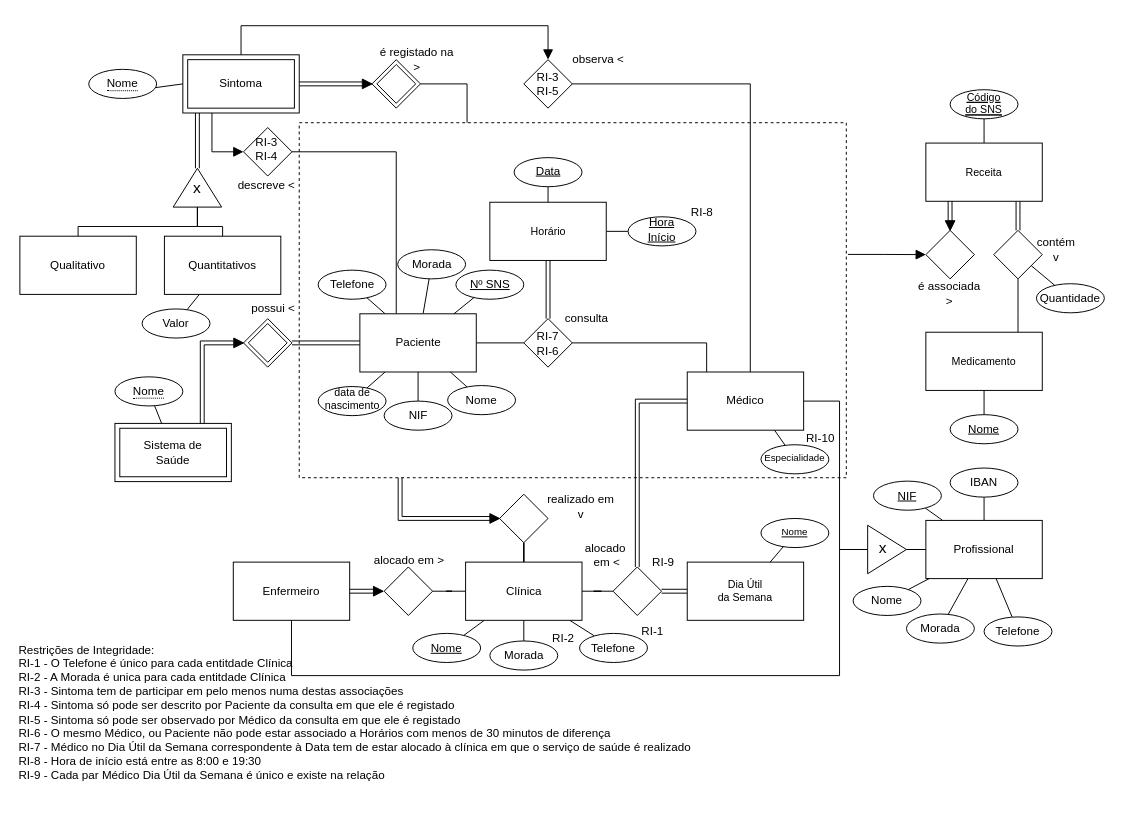
The draw.io diagram page "Page-1" (1 of 2) of p01/EA-Diagram.drawio in SrGesus/bd-projects-23, before the edit. Source tidied: cells renumbered, new cells numbered last; positions are measured from the earlier drawing's top-left corner, leaving out a move shared by most shapes. Both pictures are drawn from the tidied source at 97%, with x=0, y=0 at pixel (16, 25).
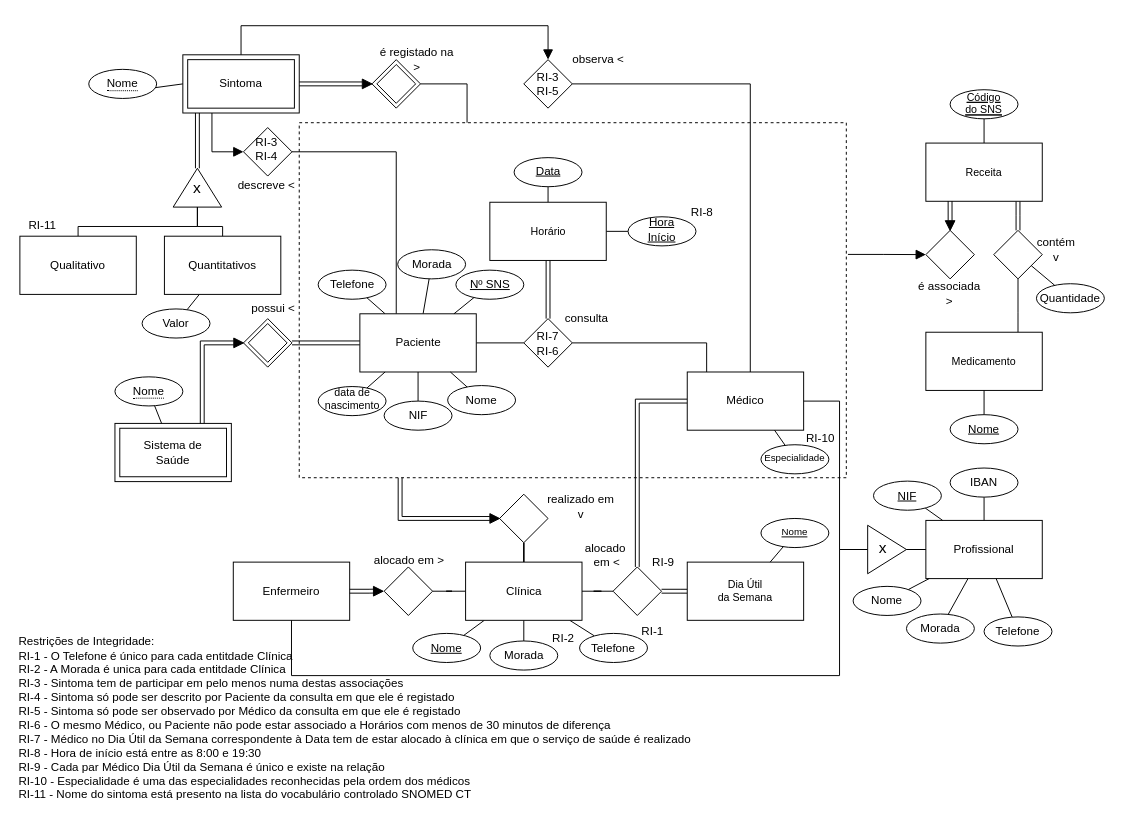
The same page after the edit.

The edit, as a diff of the source:
```diff
@@
-    <mxCell id="5" value="&lt;div align=&quot;left&quot;&gt;Restrições de Integridade:&lt;/div&gt;&lt;div align=&quot;left&quot;&gt;RI-1 - O Telefone é único para cada entitdade Clínica&lt;br&gt;RI-2 - A Morada é unica para cada entitdade Clínica&lt;br&gt;&lt;/div&gt;&lt;div align=&quot;left&quot;&gt;RI-3 - Sintoma tem de participar em pelo menos numa destas associações&lt;br&gt;&lt;/div&gt;&lt;div&gt;RI-4 - Sintoma só pode ser descrito por Paciente da consulta em que ele é registado&lt;/div&gt;&lt;div&gt;RI-5 - Sintoma só pode ser observado por Médico da consulta em que ele é registado&lt;/div&gt;&lt;div&gt;&lt;div&gt;RI-6 - O mesmo Médico, ou Paciente não pode estar associado a Horários com menos de 30 minutos de diferença&lt;br&gt;&lt;/div&gt;&lt;/div&gt;&lt;div&gt;RI-7 - Médico no Dia Útil da Semana correspondente à Data tem de estar alocado à clínica em que o serviço de saúde é realizado&lt;br&gt;RI-8 - Hora de início está entre as 8:00 e 19:30&lt;/div&gt;&lt;div&gt;RI-9 - Cada par Médico Dia Útil da Semana é único e existe na relação&lt;br&gt;&lt;/div&gt;" style="text;html=1;align=left;verticalAlign=middle;strokeColor=none;fillColor=none;" parent="1" vertex="1">
-      <mxGeometry y="630" width="691" height="156" as="geometry" />
+    <mxCell id="5" value="&lt;div align=&quot;left&quot;&gt;Restrições de Integridade:&lt;/div&gt;&lt;div align=&quot;left&quot;&gt;RI-1 - O Telefone é único para cada entitdade Clínica&lt;br&gt;RI-2 - A Morada é unica para cada entitdade Clínica&lt;br&gt;&lt;/div&gt;&lt;div align=&quot;left&quot;&gt;RI-3 - Sintoma tem de participar em pelo menos numa destas associações&lt;br&gt;&lt;/div&gt;&lt;div&gt;RI-4 - Sintoma só pode ser descrito por Paciente da consulta em que ele é registado&lt;/div&gt;&lt;div&gt;RI-5 - Sintoma só pode ser observado por Médico da consulta em que ele é registado&lt;/div&gt;&lt;div&gt;&lt;div&gt;RI-6 - O mesmo Médico, ou Paciente não pode estar associado a Horários com menos de 30 minutos de diferença&lt;br&gt;&lt;/div&gt;&lt;/div&gt;&lt;div&gt;RI-7 - Médico no Dia Útil da Semana correspondente à Data tem de estar alocado à clínica em que o serviço de saúde é realizado&lt;br&gt;RI-8 - Hora de início está entre as 8:00 e 19:30&lt;/div&gt;&lt;div&gt;RI-9 - Cada par Médico Dia Útil da Semana é único e existe na relação&lt;/div&gt;&lt;div&gt;RI-10 - Especialidade é uma das  especialidades reconhecidas pela ordem dos médicos&lt;br&gt;&lt;/div&gt;&lt;div&gt;RI-11 - Nome do sintoma está presento na lista do vocabulário controlado SNOMED CT&lt;br&gt;&lt;/div&gt;" style="text;html=1;align=left;verticalAlign=middle;strokeColor=none;fillColor=none;" parent="1" vertex="1">
+      <mxGeometry y="621" width="691" height="185" as="geometry" />
     </mxCell>
@@
+    <mxCell id="136" value="RI-11" style="text;html=1;align=center;verticalAlign=middle;strokeColor=none;fillColor=none;" parent="1" vertex="1">
+      <mxGeometry x="3" y="193" width="45" height="26" as="geometry" />
+    </mxCell>
```
